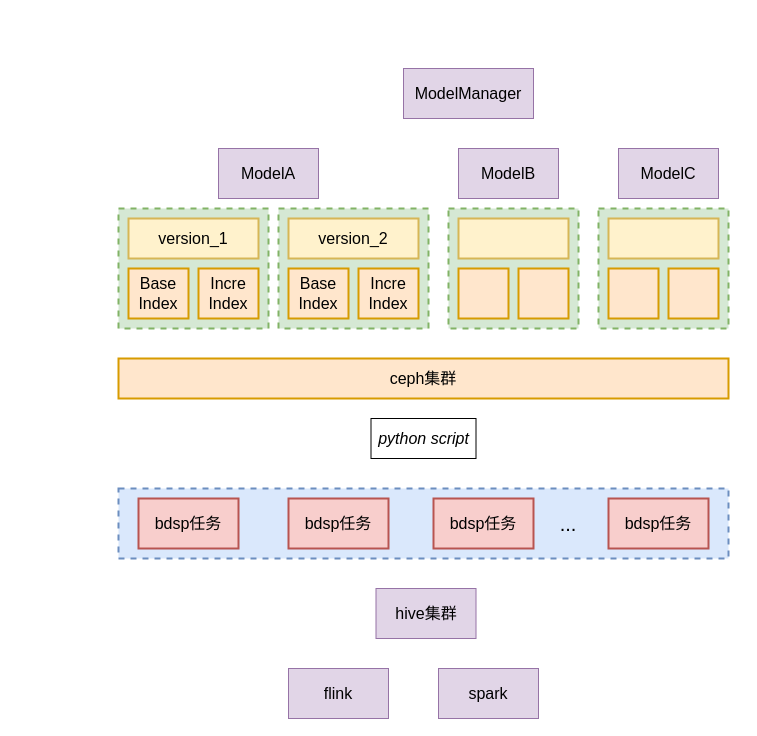
Above: faiss.drawio in yantao006/draw_io (draw.io), before the change. Source tidied: cells renumbered, new cells numbered last; positions are measured from the earlier drawing's top-left corner, leaving out a move shared by most shapes. Both pictures are drawn from the tidied source at 100%, with x=0, y=0 at pixel (118, 68).
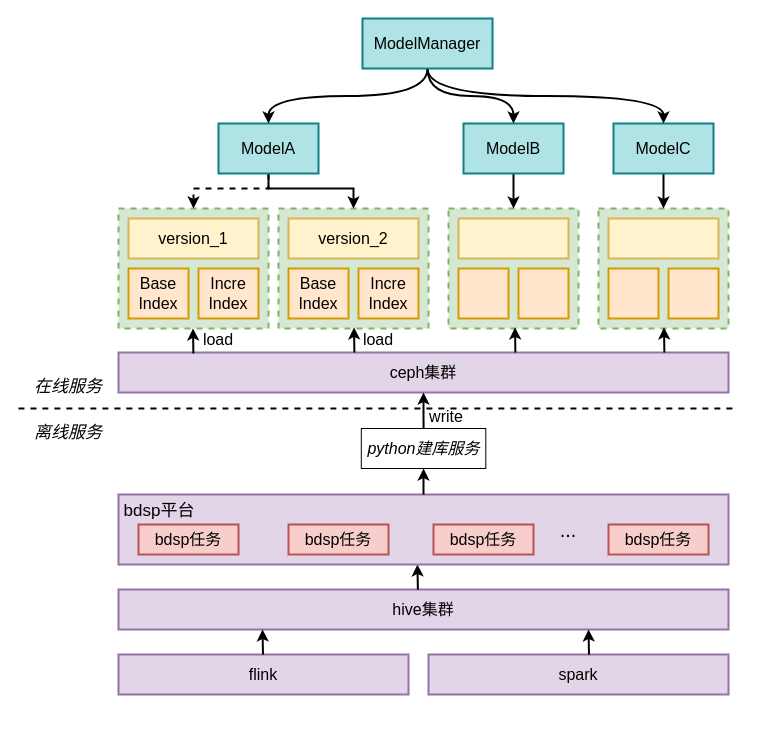
The same page after the edit.

The change refers to these unchanged cells:
```xml
<mxCell id="3" style="rounded=0;whiteSpace=wrap;html=1;fontSize=16;fillColor=#d5e8d4;strokeColor=#82b366;dashed=1;strokeWidth=2;" parent="1" vertex="1">
  <mxGeometry y="140" width="150" height="120" as="geometry" />
</mxCell>
<mxCell id="15" style="rounded=0;whiteSpace=wrap;html=1;fontSize=16;fillColor=#d5e8d4;strokeColor=#82b366;dashed=1;strokeWidth=2;" parent="1" vertex="1">
  <mxGeometry x="160" y="140" width="150" height="120" as="geometry" />
</mxCell>
<mxCell id="19" style="rounded=0;whiteSpace=wrap;html=1;fontSize=16;fillColor=#d5e8d4;strokeColor=#82b366;dashed=1;strokeWidth=2;" parent="1" vertex="1">
  <mxGeometry x="330" y="140" width="130" height="120" as="geometry" />
</mxCell>
<mxCell id="23" style="rounded=0;whiteSpace=wrap;html=1;fontSize=16;fillColor=#d5e8d4;strokeColor=#82b366;dashed=1;strokeWidth=2;" parent="1" vertex="1">
  <mxGeometry x="480" y="140" width="130" height="120" as="geometry" />
</mxCell>
```

The edit, as a diff of the source:
```diff
@@
-    <mxCell id="2" style="rounded=0;whiteSpace=wrap;html=1;dashed=1;strokeWidth=2;fontSize=16;fillColor=#dae8fc;strokeColor=#6c8ebf;" parent="1" vertex="1">
-      <mxGeometry y="420" width="610" height="70" as="geometry" />
-    </mxCell>
@@
-    <mxCell id="4" value="&lt;font style=&quot;font-size: 16px;&quot;&gt;spark&lt;/font&gt;" style="rounded=0;whiteSpace=wrap;html=1;fillColor=#e1d5e7;strokeColor=#9673a6;" parent="1" vertex="1">
-      <mxGeometry x="320" y="600" width="100" height="50" as="geometry" />
+    <mxCell id="4" value="&lt;font style=&quot;font-size: 16px;&quot;&gt;spark&lt;/font&gt;" style="rounded=0;whiteSpace=wrap;html=1;fillColor=#e1d5e7;strokeColor=#9673a6;strokeWidth=2;" parent="1" vertex="1">
+      <mxGeometry x="310" y="586" width="300" height="40" as="geometry" />
     </mxCell>
-    <mxCell id="5" value="&lt;font style=&quot;font-size: 16px;&quot;&gt;flink&lt;/font&gt;" style="rounded=0;whiteSpace=wrap;html=1;fillColor=#e1d5e7;strokeColor=#9673a6;" parent="1" vertex="1">
-      <mxGeometry x="170" y="600" width="100" height="50" as="geometry" />
+    <mxCell id="5" value="&lt;font style=&quot;font-size: 16px;&quot;&gt;flink&lt;/font&gt;" style="rounded=0;whiteSpace=wrap;html=1;fillColor=#e1d5e7;strokeColor=#9673a6;strokeWidth=2;" parent="1" vertex="1">
+      <mxGeometry y="586" width="290" height="40" as="geometry" />
     </mxCell>
-    <mxCell id="6" value="&lt;span style=&quot;font-size: 16px;&quot;&gt;hive集群&lt;/span&gt;" style="rounded=0;whiteSpace=wrap;html=1;fillColor=#e1d5e7;strokeColor=#9673a6;" parent="1" vertex="1">
-      <mxGeometry x="257.5" y="520" width="100" height="50" as="geometry" />
+    <mxCell id="6" value="&lt;span style=&quot;font-size: 16px;&quot;&gt;hive集群&lt;/span&gt;" style="rounded=0;whiteSpace=wrap;html=1;fillColor=#e1d5e7;strokeColor=#9673a6;strokeWidth=2;" parent="1" vertex="1">
+      <mxGeometry y="521" width="610" height="40" as="geometry" />
     </mxCell>
-    <mxCell id="7" value="&lt;span style=&quot;font-size: 16px;&quot;&gt;bdsp任务&lt;/span&gt;" style="rounded=0;whiteSpace=wrap;html=1;fillColor=#f8cecc;strokeColor=#b85450;strokeWidth=2;" parent="1" vertex="1">
-      <mxGeometry x="490" y="430" width="100" height="50" as="geometry" />
-    </mxCell>
-    <mxCell id="8" value="&lt;span style=&quot;font-size: 16px;&quot;&gt;bdsp任务&lt;/span&gt;" style="rounded=0;whiteSpace=wrap;html=1;fillColor=#f8cecc;strokeColor=#b85450;strokeWidth=2;" parent="1" vertex="1">
-      <mxGeometry x="20" y="430" width="100" height="50" as="geometry" />
-    </mxCell>
-    <mxCell id="9" value="&lt;span style=&quot;font-size: 16px;&quot;&gt;bdsp任务&lt;/span&gt;" style="rounded=0;whiteSpace=wrap;html=1;fillColor=#f8cecc;strokeColor=#b85450;strokeWidth=2;" parent="1" vertex="1">
-      <mxGeometry x="170" y="430" width="100" height="50" as="geometry" />
-    </mxCell>
-    <mxCell id="10" value="&lt;span style=&quot;font-size: 16px;&quot;&gt;&lt;i&gt;python script&lt;/i&gt;&lt;/span&gt;" style="rounded=0;whiteSpace=wrap;html=1;" parent="1" vertex="1">
-      <mxGeometry x="252.5" y="350" width="105" height="40" as="geometry" />
+    <mxCell id="10" value="&lt;span style=&quot;font-size: 16px;&quot;&gt;&lt;i&gt;python建库服务&lt;/i&gt;&lt;/span&gt;" style="rounded=0;whiteSpace=wrap;html=1;" parent="1" vertex="1">
+      <mxGeometry x="242.8" y="360" width="124.5" height="40" as="geometry" />
     </mxCell>
-    <mxCell id="11" value="&lt;span style=&quot;font-size: 16px;&quot;&gt;ceph集群&lt;/span&gt;" style="rounded=0;whiteSpace=wrap;html=1;fillColor=#ffe6cc;strokeColor=#d79b00;strokeWidth=2;" parent="1" vertex="1">
-      <mxGeometry y="290" width="610" height="40" as="geometry" />
+    <mxCell id="11" value="&lt;span style=&quot;font-size: 16px;&quot;&gt;ceph集群&lt;/span&gt;" style="rounded=0;whiteSpace=wrap;html=1;fillColor=#e1d5e7;strokeColor=#9673a6;strokeWidth=2;" parent="1" vertex="1">
+      <mxGeometry y="284" width="610" height="40" as="geometry" />
     </mxCell>
@@
+    <mxCell id="33" style="edgeStyle=orthogonalEdgeStyle;rounded=0;jettySize=auto;html=1;exitX=0.5;exitY=1;exitDx=0;exitDy=0;entryX=0.5;entryY=0;entryDx=0;entryDy=0;strokeWidth=2;fontSize=16;" parent="1" edge="1" source="27" target="15">
+      <mxGeometry relative="1" as="geometry">
+        <Array as="points">
+          <mxPoint x="150" y="120" />
+          <mxPoint x="235" y="120" />
+        </Array>
+      </mxGeometry>
+    </mxCell>
+    <mxCell id="34" style="edgeStyle=orthogonalEdgeStyle;rounded=0;jettySize=auto;html=1;exitX=0.5;exitY=1;exitDx=0;exitDy=0;strokeWidth=2;fontSize=16;dashed=1;" parent="1" edge="1" source="27" target="3">
+      <mxGeometry relative="1" as="geometry">
+        <Array as="points">
+          <mxPoint x="150" y="120" />
+          <mxPoint x="75" y="120" />
+        </Array>
+      </mxGeometry>
+    </mxCell>
-    <mxCell id="27" value="&lt;span style=&quot;font-size: 16px;&quot;&gt;ModelA&lt;/span&gt;" style="rounded=0;whiteSpace=wrap;html=1;fillColor=#e1d5e7;strokeColor=#9673a6;" parent="1" vertex="1">
-      <mxGeometry x="100" y="80" width="100" height="50" as="geometry" />
+    <mxCell id="27" value="&lt;span style=&quot;font-size: 16px;&quot;&gt;ModelA&lt;/span&gt;" style="rounded=0;whiteSpace=wrap;html=1;fillColor=#b0e3e6;strokeColor=#0e8088;strokeWidth=2;" parent="1" vertex="1">
+      <mxGeometry x="100" y="55" width="100" height="50" as="geometry" />
     </mxCell>
+    <mxCell id="35" style="edgeStyle=orthogonalEdgeStyle;rounded=0;jettySize=auto;html=1;exitX=0.5;exitY=1;exitDx=0;exitDy=0;entryX=0.5;entryY=0;entryDx=0;entryDy=0;strokeWidth=2;fontSize=16;" parent="1" edge="1" source="28" target="19">
+      <mxGeometry relative="1" as="geometry" />
+    </mxCell>
-    <mxCell id="28" value="&lt;span style=&quot;font-size: 16px;&quot;&gt;ModelB&lt;/span&gt;" style="rounded=0;whiteSpace=wrap;html=1;fillColor=#e1d5e7;strokeColor=#9673a6;" parent="1" vertex="1">
-      <mxGeometry x="340" y="80" width="100" height="50" as="geometry" />
+    <mxCell id="28" value="&lt;span style=&quot;font-size: 16px;&quot;&gt;ModelB&lt;/span&gt;" style="rounded=0;whiteSpace=wrap;html=1;fillColor=#b0e3e6;strokeColor=#0e8088;strokeWidth=2;" parent="1" vertex="1">
+      <mxGeometry x="345" y="55" width="100" height="50" as="geometry" />
     </mxCell>
+    <mxCell id="36" style="edgeStyle=orthogonalEdgeStyle;rounded=0;jettySize=auto;html=1;exitX=0.5;exitY=1;exitDx=0;exitDy=0;entryX=0.5;entryY=0;entryDx=0;entryDy=0;strokeWidth=2;fontSize=16;" parent="1" edge="1" source="29" target="23">
+      <mxGeometry relative="1" as="geometry" />
+    </mxCell>
-    <mxCell id="29" value="&lt;span style=&quot;font-size: 16px;&quot;&gt;ModelC&lt;/span&gt;" style="rounded=0;whiteSpace=wrap;html=1;fillColor=#e1d5e7;strokeColor=#9673a6;" parent="1" vertex="1">
-      <mxGeometry x="500" y="80" width="100" height="50" as="geometry" />
+    <mxCell id="29" value="&lt;span style=&quot;font-size: 16px;&quot;&gt;ModelC&lt;/span&gt;" style="rounded=0;whiteSpace=wrap;html=1;fillColor=#b0e3e6;strokeColor=#0e8088;strokeWidth=2;" parent="1" vertex="1">
+      <mxGeometry x="495" y="55" width="100" height="50" as="geometry" />
     </mxCell>
+    <mxCell id="37" style="edgeStyle=orthogonalEdgeStyle;curved=1;rounded=0;jettySize=auto;html=1;exitX=0.5;exitY=1;exitDx=0;exitDy=0;strokeWidth=2;fontSize=16;" parent="1" edge="1" source="30" target="27">
+      <mxGeometry relative="1" as="geometry" />
+    </mxCell>
+    <mxCell id="38" style="edgeStyle=orthogonalEdgeStyle;curved=1;rounded=0;jettySize=auto;html=1;exitX=0.5;exitY=1;exitDx=0;exitDy=0;strokeWidth=2;fontSize=16;" parent="1" edge="1" source="30" target="28">
+      <mxGeometry relative="1" as="geometry" />
+    </mxCell>
+    <mxCell id="39" style="edgeStyle=orthogonalEdgeStyle;curved=1;rounded=0;jettySize=auto;html=1;exitX=0.5;exitY=1;exitDx=0;exitDy=0;entryX=0.5;entryY=0;entryDx=0;entryDy=0;strokeWidth=2;fontSize=16;" parent="1" edge="1" source="30" target="29">
+      <mxGeometry relative="1" as="geometry" />
+    </mxCell>
-    <mxCell id="30" value="&lt;span style=&quot;font-size: 16px;&quot;&gt;ModelManager&lt;/span&gt;" style="rounded=0;whiteSpace=wrap;html=1;fillColor=#e1d5e7;strokeColor=#9673a6;" parent="1" vertex="1">
-      <mxGeometry x="285" width="130" height="50" as="geometry" />
+    <mxCell id="30" value="&lt;span style=&quot;font-size: 16px;&quot;&gt;ModelManager&lt;/span&gt;" style="rounded=0;whiteSpace=wrap;html=1;fillColor=#b0e3e6;strokeColor=#0e8088;strokeWidth=2;" parent="1" vertex="1">
+      <mxGeometry x="244" y="-50" width="130" height="50" as="geometry" />
     </mxCell>
+    <mxCell id="40" style="endArrow=classic;html=1;rounded=0;fontSize=17;strokeWidth=2;" parent="1" edge="1">
+      <mxGeometry relative="1" as="geometry">
+        <mxPoint x="144.5" y="586" as="sourcePoint" />
+        <mxPoint x="144" y="561" as="targetPoint" />
+      </mxGeometry>
+    </mxCell>
+    <mxCell id="41" style="endArrow=classic;html=1;rounded=0;fontSize=17;strokeWidth=2;" parent="1" edge="1">
+      <mxGeometry relative="1" as="geometry">
+        <mxPoint x="470.5" y="586" as="sourcePoint" />
+        <mxPoint x="470" y="561" as="targetPoint" />
+      </mxGeometry>
+    </mxCell>
+    <mxCell id="42" style="endArrow=classic;html=1;rounded=0;fontSize=17;strokeWidth=2;" parent="1" edge="1">
+      <mxGeometry relative="1" as="geometry">
+        <mxPoint x="299.4" y="521" as="sourcePoint" />
+        <mxPoint x="298.9" y="496" as="targetPoint" />
+      </mxGeometry>
+    </mxCell>
+    <mxCell id="43" style="group;" parent="1" vertex="1">
+      <mxGeometry y="426" width="610" height="70" as="geometry" />
+    </mxCell>
+    <mxCell id="2" style="rounded=0;whiteSpace=wrap;html=1;strokeWidth=2;fontSize=16;fillColor=#e1d5e7;strokeColor=#9673a6;" parent="43" vertex="1">
+      <mxGeometry width="610" height="70" as="geometry" />
+    </mxCell>
+    <mxCell id="7" value="&lt;span style=&quot;font-size: 16px;&quot;&gt;bdsp任务&lt;/span&gt;" style="rounded=0;whiteSpace=wrap;html=1;fillColor=#f8cecc;strokeColor=#b85450;strokeWidth=2;" parent="43" vertex="1">
+      <mxGeometry x="490" y="30" width="100" height="30" as="geometry" />
+    </mxCell>
+    <mxCell id="8" value="&lt;span style=&quot;font-size: 16px;&quot;&gt;bdsp任务&lt;/span&gt;" style="rounded=0;whiteSpace=wrap;html=1;fillColor=#f8cecc;strokeColor=#b85450;strokeWidth=2;" parent="43" vertex="1">
+      <mxGeometry x="20" y="30" width="100" height="30" as="geometry" />
+    </mxCell>
+    <mxCell id="9" value="&lt;span style=&quot;font-size: 16px;&quot;&gt;bdsp任务&lt;/span&gt;" style="rounded=0;whiteSpace=wrap;html=1;fillColor=#f8cecc;strokeColor=#b85450;strokeWidth=2;" parent="43" vertex="1">
+      <mxGeometry x="170" y="30" width="100" height="30" as="geometry" />
+    </mxCell>
-    <mxCell id="31" value="&lt;span style=&quot;font-size: 16px;&quot;&gt;bdsp任务&lt;/span&gt;" style="rounded=0;whiteSpace=wrap;html=1;fillColor=#f8cecc;strokeColor=#b85450;strokeWidth=2;" parent="1" vertex="1">
-      <mxGeometry x="315" y="430" width="100" height="50" as="geometry" />
+    <mxCell id="31" value="&lt;span style=&quot;font-size: 16px;&quot;&gt;bdsp任务&lt;/span&gt;" style="rounded=0;whiteSpace=wrap;html=1;fillColor=#f8cecc;strokeColor=#b85450;strokeWidth=2;" parent="43" vertex="1">
+      <mxGeometry x="315" y="30" width="100" height="30" as="geometry" />
     </mxCell>
-    <mxCell id="32" value="&lt;font style=&quot;font-size: 20px;&quot;&gt;...&lt;/font&gt;" style="text;html=1;strokeColor=none;fillColor=none;align=center;verticalAlign=middle;whiteSpace=wrap;rounded=0;dashed=1;strokeWidth=2;fontSize=16;" parent="1" vertex="1">
-      <mxGeometry x="430" y="440" width="40" height="30" as="geometry" />
+    <mxCell id="32" value="&lt;font style=&quot;font-size: 20px;&quot;&gt;...&lt;/font&gt;" style="text;html=1;strokeColor=none;fillColor=none;align=center;verticalAlign=middle;whiteSpace=wrap;rounded=0;dashed=1;strokeWidth=2;fontSize=16;" parent="43" vertex="1">
+      <mxGeometry x="430" y="20" width="40" height="30" as="geometry" />
     </mxCell>
+    <mxCell id="44" value="&lt;font style=&quot;font-size: 17px;&quot;&gt;bdsp平台&lt;/font&gt;" style="text;html=1;strokeColor=none;fillColor=none;align=center;verticalAlign=middle;whiteSpace=wrap;rounded=0;dashed=1;strokeWidth=2;fontSize=20;" parent="43" vertex="1">
+      <mxGeometry x="1" width="80" height="30" as="geometry" />
+    </mxCell>
+    <mxCell id="45" style="endArrow=classic;html=1;rounded=0;fontSize=17;strokeWidth=2;entryX=0.5;entryY=1;entryDx=0;entryDy=0;exitX=0.5;exitY=0;exitDx=0;exitDy=0;" parent="1" edge="1" source="2" target="10">
+      <mxGeometry relative="1" as="geometry" />
+    </mxCell>
+    <mxCell id="46" style="endArrow=classic;html=1;rounded=0;fontSize=17;strokeWidth=2;exitX=0.5;exitY=0;exitDx=0;exitDy=0;entryX=0.5;entryY=1;entryDx=0;entryDy=0;" parent="1" edge="1" source="10" target="11">
+      <mxGeometry relative="1" as="geometry" />
+    </mxCell>
+    <mxCell id="47" style="endArrow=classic;html=1;rounded=0;fontSize=17;strokeWidth=2;" parent="1" edge="1">
+      <mxGeometry relative="1" as="geometry">
+        <mxPoint x="74.9" y="285" as="sourcePoint" />
+        <mxPoint x="74.5" y="260" as="targetPoint" />
+      </mxGeometry>
+    </mxCell>
+    <mxCell id="48" style="endArrow=classic;html=1;rounded=0;fontSize=17;strokeWidth=2;" parent="1" edge="1">
+      <mxGeometry relative="1" as="geometry">
+        <mxPoint x="235.9" y="284" as="sourcePoint" />
+        <mxPoint x="235.5" y="259" as="targetPoint" />
+      </mxGeometry>
+    </mxCell>
+    <mxCell id="49" style="endArrow=classic;html=1;rounded=0;fontSize=17;strokeWidth=2;" parent="1" edge="1">
+      <mxGeometry relative="1" as="geometry">
+        <mxPoint x="396.9" y="284" as="sourcePoint" />
+        <mxPoint x="396.5" y="259" as="targetPoint" />
+      </mxGeometry>
+    </mxCell>
+    <mxCell id="50" style="endArrow=classic;html=1;rounded=0;fontSize=17;strokeWidth=2;" parent="1" edge="1">
+      <mxGeometry relative="1" as="geometry">
+        <mxPoint x="545.9" y="284" as="sourcePoint" />
+        <mxPoint x="545.5" y="259" as="targetPoint" />
+      </mxGeometry>
+    </mxCell>
+    <mxCell id="51" value="&lt;font style=&quot;font-size: 16px;&quot;&gt;load&lt;/font&gt;" style="text;html=1;strokeColor=none;fillColor=none;align=center;verticalAlign=middle;whiteSpace=wrap;rounded=0;strokeWidth=2;fontSize=17;" parent="1" vertex="1">
+      <mxGeometry x="70" y="257" width="60" height="30" as="geometry" />
+    </mxCell>
+    <mxCell id="52" value="&lt;font style=&quot;font-size: 16px;&quot;&gt;load&lt;/font&gt;" style="text;html=1;strokeColor=none;fillColor=none;align=center;verticalAlign=middle;whiteSpace=wrap;rounded=0;strokeWidth=2;fontSize=17;" parent="1" vertex="1">
+      <mxGeometry x="230" y="257" width="60" height="30" as="geometry" />
+    </mxCell>
+    <mxCell id="53" style="endArrow=none;dashed=1;html=1;rounded=0;strokeWidth=2;fontSize=16;curved=1;" parent="1" edge="1">
+      <mxGeometry relative="1" as="geometry">
+        <mxPoint x="-100" y="340" as="sourcePoint" />
+        <mxPoint x="620" y="340" as="targetPoint" />
+      </mxGeometry>
+    </mxCell>
+    <mxCell id="54" value="&lt;font style=&quot;font-size: 16px;&quot;&gt;write&lt;/font&gt;" style="text;html=1;strokeColor=none;fillColor=none;align=center;verticalAlign=middle;whiteSpace=wrap;rounded=0;strokeWidth=2;fontSize=17;" parent="1" vertex="1">
+      <mxGeometry x="298" y="334" width="60" height="30" as="geometry" />
+    </mxCell>
+    <mxCell id="55" value="&lt;font style=&quot;font-size: 17px;&quot;&gt;&lt;i&gt;离线服务&lt;/i&gt;&lt;/font&gt;" style="text;html=1;strokeColor=none;fillColor=none;align=center;verticalAlign=middle;whiteSpace=wrap;rounded=0;strokeWidth=2;fontSize=16;" parent="1" vertex="1">
+      <mxGeometry x="-90" y="350" width="80" height="30" as="geometry" />
+    </mxCell>
+    <mxCell id="56" value="&lt;font style=&quot;font-size: 17px;&quot;&gt;&lt;i&gt;在线服务&lt;/i&gt;&lt;/font&gt;" style="text;html=1;strokeColor=none;fillColor=none;align=center;verticalAlign=middle;whiteSpace=wrap;rounded=0;strokeWidth=2;fontSize=16;" parent="1" vertex="1">
+      <mxGeometry x="-90" y="304" width="80" height="30" as="geometry" />
+    </mxCell>
```
